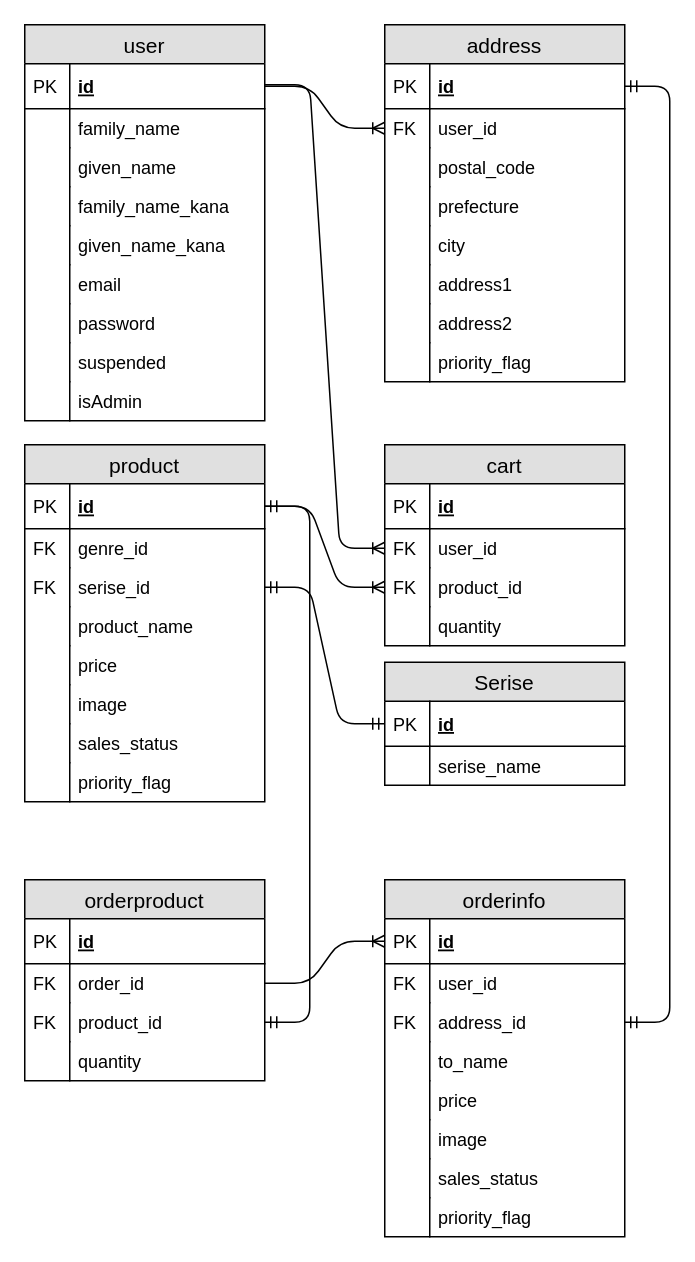
besumero628/react-rails-ec keeps this draw.io diagram as Rexia-ER.drawio. Above is the earlier version. Source tidied: cells renumbered, new cells numbered last; positions are measured from the earlier drawing's top-left corner, leaving out a move shared by most shapes. Both pictures are drawn from the tidied source at 150%, with x=0, y=0 at pixel (24, 24).
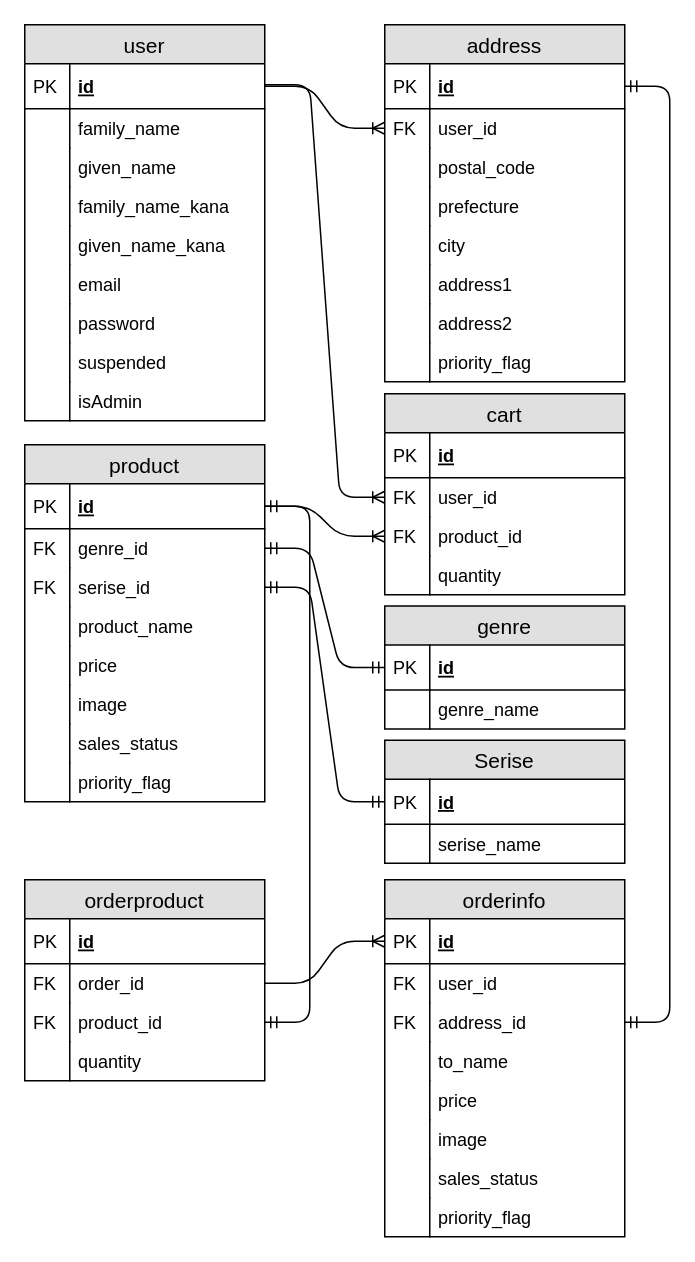
The same page after the edit.

The change refers to these unchanged cells:
```xml
<mxCell id="42" value="genre_id" style="shape=partialRectangle;top=0;left=0;right=0;bottom=0;align=left;verticalAlign=top;fillColor=none;spacingLeft=34;spacingRight=4;overflow=hidden;points=[[0,0.5],[1,0.5]];portConstraint=eastwest;fontSize=12;" parent="39" vertex="1">
  <mxGeometry y="56" width="160" height="26" as="geometry" />
</mxCell>
```

Change to the diagram source:
```diff
@@
     <mxCell id="56" value="cart" style="swimlane;fontStyle=0;horizontal=1;startSize=26;fillColor=#e0e0e0;swimlaneFillColor=#ffffff;align=center;fontSize=14;" parent="1" vertex="1">
-      <mxGeometry x="240" y="280" width="160" height="134" as="geometry" />
+      <mxGeometry x="240" y="246" width="160" height="134" as="geometry" />
     </mxCell>
@@
     <mxCell id="93" value="Serise" style="swimlane;fontStyle=0;horizontal=1;startSize=26;fillColor=#e0e0e0;swimlaneFillColor=#ffffff;align=center;fontSize=14;" parent="1" vertex="1">
-      <mxGeometry x="240" y="425" width="160" height="82" as="geometry" />
+      <mxGeometry x="240" y="477" width="160" height="82" as="geometry" />
     </mxCell>
@@
+    <mxCell id="102" value="genre" style="swimlane;fontStyle=0;horizontal=1;startSize=26;fillColor=#e0e0e0;swimlaneFillColor=#ffffff;align=center;fontSize=14;" parent="1" vertex="1">
+      <mxGeometry x="240" y="387.5" width="160" height="82" as="geometry" />
+    </mxCell>
+    <mxCell id="103" value="id" style="shape=partialRectangle;top=0;left=0;right=0;bottom=1;align=left;verticalAlign=middle;fillColor=none;spacingLeft=34;spacingRight=4;overflow=hidden;points=[[0,0.5],[1,0.5]];portConstraint=eastwest;fontStyle=5;fontSize=12;" parent="102" vertex="1">
+      <mxGeometry y="26" width="160" height="30" as="geometry" />
+    </mxCell>
+    <mxCell id="104" value="PK" style="shape=partialRectangle;top=0;left=0;bottom=0;fillColor=none;align=left;verticalAlign=middle;spacingLeft=4;spacingRight=4;overflow=hidden;fontSize=12;" parent="103" vertex="1">
+      <mxGeometry width="30" height="30" as="geometry" />
+    </mxCell>
+    <mxCell id="105" value="genre_name" style="shape=partialRectangle;top=0;left=0;right=0;bottom=0;align=left;verticalAlign=top;fillColor=none;spacingLeft=34;spacingRight=4;overflow=hidden;fontSize=12;" parent="102" vertex="1">
+      <mxGeometry y="56" width="160" height="26" as="geometry" />
+    </mxCell>
+    <mxCell id="106" style="shape=partialRectangle;top=0;left=0;bottom=0;fillColor=none;align=left;verticalAlign=top;spacingLeft=4;spacingRight=4;overflow=hidden;fontSize=12;" parent="105" vertex="1">
+      <mxGeometry width="30" height="26" as="geometry" />
+    </mxCell>
+    <mxCell id="107" style="edgeStyle=entityRelationEdgeStyle;fontSize=12;html=1;endArrow=ERmandOne;startArrow=ERmandOne;exitX=1;exitY=0.5;exitDx=0;exitDy=0;entryX=0;entryY=0.5;entryDx=0;entryDy=0;" parent="1" edge="1" source="42" target="103">
+      <mxGeometry relative="1" as="geometry" />
+    </mxCell>
```
